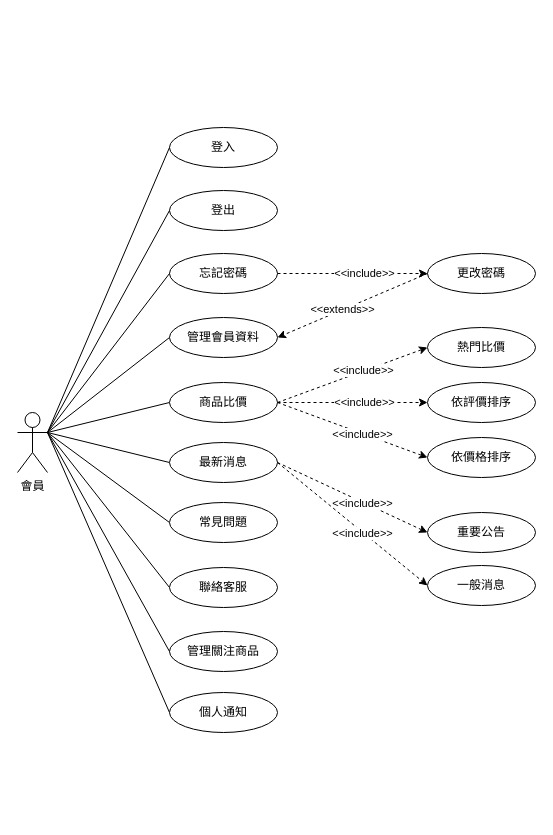
Earlier version of the draw.io diagram graphs/b2/uc member.drawio (7bagbun/grad_prj_docs). Source tidied: cells renumbered, new cells numbered last; positions are measured from the earlier drawing's top-left corner, leaving out a move shared by most shapes. Both pictures are drawn from the tidied source at 100%, with x=0, y=0 at pixel (17, 127).
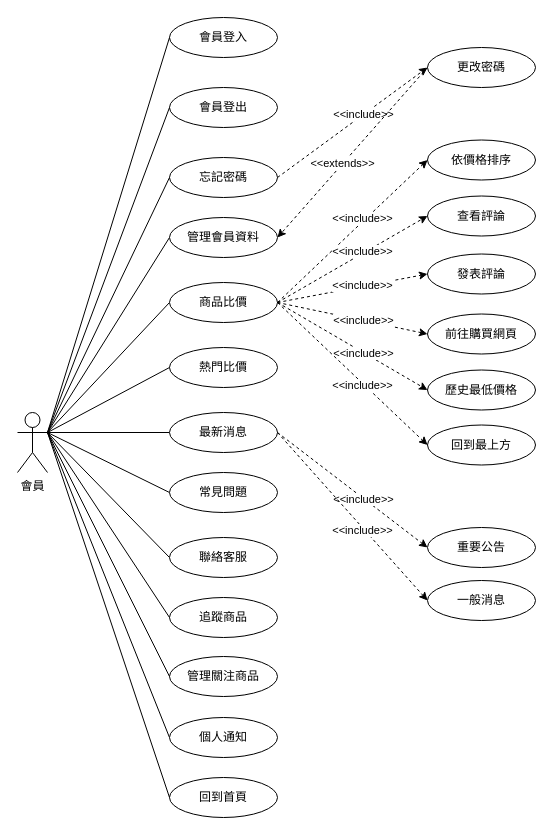
The same page after the edit.

Unchanged cells that the change refers to:
```xml
<mxCell id="3" value="會員" style="shape=umlActor;verticalLabelPosition=bottom;verticalAlign=top;html=1;outlineConnect=0;" parent="1" vertex="1">
  <mxGeometry y="285" width="30" height="60" as="geometry" />
</mxCell>
```

What changed in the source:
```diff
@@
     <mxCell id="9" value="管理會員資料" style="ellipse;whiteSpace=wrap;html=1;" parent="1" vertex="1">
-      <mxGeometry x="152" y="190" width="108" height="40" as="geometry" />
+      <mxGeometry x="152" y="90" width="108" height="40" as="geometry" />
     </mxCell>
     <mxCell id="10" value="個人通知" style="ellipse;whiteSpace=wrap;html=1;" parent="1" vertex="1">
-      <mxGeometry x="152" y="565" width="108" height="40" as="geometry" />
+      <mxGeometry x="152" y="590" width="108" height="40" as="geometry" />
     </mxCell>
@@
-    <mxCell id="13" style="rounded=0;jettySize=auto;html=1;entryX=0;entryY=0.5;entryDx=0;entryDy=0;dashed=1;exitX=1;exitY=0.5;exitDx=0;exitDy=0;" parent="1" edge="1" source="15" target="20">
-      <mxGeometry relative="1" as="geometry" />
-    </mxCell>
-    <mxCell id="14" value="&amp;lt;&amp;lt;include&amp;gt;&amp;gt;" style="edgeLabel;html=1;align=center;verticalAlign=middle;" parent="13" vertex="1">
-      <mxGeometry x="0.14" relative="1" as="geometry">
-        <mxPoint y="-1" as="offset" />
-      </mxGeometry>
-    </mxCell>
     <mxCell id="15" value="商品比價" style="ellipse;whiteSpace=wrap;html=1;" parent="1" vertex="1">
-      <mxGeometry x="152" y="255" width="108" height="40" as="geometry" />
+      <mxGeometry x="152" y="155" width="108" height="40" as="geometry" />
     </mxCell>
     <mxCell id="16" value="最新消息" style="ellipse;whiteSpace=wrap;html=1;" parent="1" vertex="1">
-      <mxGeometry x="152" y="315" width="108" height="40" as="geometry" />
+      <mxGeometry x="152" y="285" width="108" height="40" as="geometry" />
     </mxCell>
     <mxCell id="17" value="常見問題" style="ellipse;whiteSpace=wrap;html=1;" parent="1" vertex="1">
-      <mxGeometry x="152" y="375" width="108" height="40" as="geometry" />
+      <mxGeometry x="152" y="345" width="108" height="40" as="geometry" />
     </mxCell>
     <mxCell id="18" value="聯絡客服" style="ellipse;whiteSpace=wrap;html=1;" parent="1" vertex="1">
-      <mxGeometry x="152" y="440" width="108" height="40" as="geometry" />
+      <mxGeometry x="152" y="410" width="108" height="40" as="geometry" />
     </mxCell>
     <mxCell id="19" value="依價格排序" style="ellipse;whiteSpace=wrap;html=1;" parent="1" vertex="1">
-      <mxGeometry x="410" y="310" width="108" height="40" as="geometry" />
+      <mxGeometry x="410" y="12.5" width="108" height="40" as="geometry" />
     </mxCell>
-    <mxCell id="20" value="依評價排序" style="ellipse;whiteSpace=wrap;html=1;" parent="1" vertex="1">
-      <mxGeometry x="410" y="255" width="108" height="40" as="geometry" />
-    </mxCell>
     <mxCell id="21" value="熱門比價" style="ellipse;whiteSpace=wrap;html=1;" parent="1" vertex="1">
-      <mxGeometry x="410" y="200" width="108" height="40" as="geometry" />
+      <mxGeometry x="152" y="220" width="108" height="40" as="geometry" />
     </mxCell>
-    <mxCell id="22" style="rounded=0;jettySize=auto;html=1;entryX=0;entryY=0.5;entryDx=0;entryDy=0;dashed=1;exitX=1;exitY=0.5;exitDx=0;exitDy=0;" parent="1" edge="1" source="15" target="21">
-      <mxGeometry relative="1" as="geometry" />
-    </mxCell>
-    <mxCell id="23" value="&amp;lt;&amp;lt;include&amp;gt;&amp;gt;" style="edgeLabel;html=1;align=center;verticalAlign=middle;" parent="22" vertex="1">
-      <mxGeometry x="0.14" relative="1" as="geometry">
-        <mxPoint y="-1" as="offset" />
-      </mxGeometry>
-    </mxCell>
     <mxCell id="24" value="管理關注商品" style="ellipse;whiteSpace=wrap;html=1;" parent="1" vertex="1">
-      <mxGeometry x="152" y="504" width="108" height="40" as="geometry" />
+      <mxGeometry x="152" y="529" width="108" height="40" as="geometry" />
     </mxCell>
@@
-    <mxCell id="26" value="登入" style="ellipse;whiteSpace=wrap;html=1;" parent="1" vertex="1">
-      <mxGeometry x="152" width="108" height="40" as="geometry" />
+    <mxCell id="26" value="會員登入" style="ellipse;whiteSpace=wrap;html=1;" parent="1" vertex="1">
+      <mxGeometry x="152" y="-110" width="108" height="40" as="geometry" />
     </mxCell>
@@
-    <mxCell id="28" value="登出" style="ellipse;whiteSpace=wrap;html=1;" parent="1" vertex="1">
-      <mxGeometry x="152" y="63" width="108" height="40" as="geometry" />
+    <mxCell id="28" value="會員登出" style="ellipse;whiteSpace=wrap;html=1;" parent="1" vertex="1">
+      <mxGeometry x="152" y="-40" width="108" height="40" as="geometry" />
     </mxCell>
@@
     <mxCell id="32" value="重要公告" style="ellipse;whiteSpace=wrap;html=1;" parent="1" vertex="1">
-      <mxGeometry x="410" y="385" width="108" height="40" as="geometry" />
+      <mxGeometry x="410" y="400" width="108" height="40" as="geometry" />
     </mxCell>
@@
     <mxCell id="35" value="一般消息" style="ellipse;whiteSpace=wrap;html=1;" parent="1" vertex="1">
-      <mxGeometry x="410" y="438" width="108" height="40" as="geometry" />
+      <mxGeometry x="410" y="453" width="108" height="40" as="geometry" />
     </mxCell>
     <mxCell id="36" value="忘記密碼" style="ellipse;whiteSpace=wrap;html=1;" parent="1" vertex="1">
-      <mxGeometry x="152" y="126" width="108" height="40" as="geometry" />
+      <mxGeometry x="152" y="30" width="108" height="40" as="geometry" />
     </mxCell>
@@
     <mxCell id="38" value="更改密碼" style="ellipse;whiteSpace=wrap;html=1;" parent="1" vertex="1">
-      <mxGeometry x="410" y="126" width="108" height="40" as="geometry" />
+      <mxGeometry x="410" y="-80" width="108" height="40" as="geometry" />
     </mxCell>
@@
+    <mxCell id="43" style="rounded=0;jettySize=auto;html=1;exitX=1;exitY=0.3333333333333333;exitDx=0;exitDy=0;exitPerimeter=0;entryX=0;entryY=0.5;entryDx=0;entryDy=0;endArrow=none;endFill=0;" parent="1" edge="1" source="3" target="21">
+      <mxGeometry relative="1" as="geometry" />
+    </mxCell>
+    <mxCell id="44" value="查看評論" style="ellipse;whiteSpace=wrap;html=1;" parent="1" vertex="1">
+      <mxGeometry x="410" y="68.5" width="108" height="40" as="geometry" />
+    </mxCell>
+    <mxCell id="45" style="rounded=0;jettySize=auto;html=1;entryX=0;entryY=0.5;entryDx=0;entryDy=0;dashed=1;exitX=1;exitY=0.5;exitDx=0;exitDy=0;" parent="1" edge="1" source="15" target="44">
+      <mxGeometry relative="1" as="geometry" />
+    </mxCell>
+    <mxCell id="46" value="&amp;lt;&amp;lt;include&amp;gt;&amp;gt;" style="edgeLabel;html=1;align=center;verticalAlign=middle;rotation=0;" parent="45" vertex="1">
+      <mxGeometry x="0.17" relative="1" as="geometry">
+        <mxPoint x="-3" y="-1" as="offset" />
+      </mxGeometry>
+    </mxCell>
+    <mxCell id="47" value="追蹤商品" style="ellipse;whiteSpace=wrap;html=1;" parent="1" vertex="1">
+      <mxGeometry x="152" y="470" width="108" height="40" as="geometry" />
+    </mxCell>
+    <mxCell id="48" value="前往購買網頁" style="ellipse;whiteSpace=wrap;html=1;" parent="1" vertex="1">
+      <mxGeometry x="410" y="186.5" width="108" height="40" as="geometry" />
+    </mxCell>
+    <mxCell id="49" style="rounded=0;jettySize=auto;html=1;entryX=0;entryY=0.5;entryDx=0;entryDy=0;dashed=1;exitX=1;exitY=0.5;exitDx=0;exitDy=0;" parent="1" edge="1" source="15" target="48">
+      <mxGeometry relative="1" as="geometry" />
+    </mxCell>
+    <mxCell id="50" value="&amp;lt;&amp;lt;include&amp;gt;&amp;gt;" style="edgeLabel;html=1;align=center;verticalAlign=middle;rotation=0;" parent="49" vertex="1">
+      <mxGeometry x="0.17" relative="1" as="geometry">
+        <mxPoint x="-3" y="-1" as="offset" />
+      </mxGeometry>
+    </mxCell>
+    <mxCell id="51" style="rounded=0;jettySize=auto;html=1;entryX=0;entryY=0.5;entryDx=0;entryDy=0;endArrow=none;endFill=0;exitX=1;exitY=0.3333333333333333;exitDx=0;exitDy=0;exitPerimeter=0;" parent="1" edge="1" source="3" target="47">
+      <mxGeometry relative="1" as="geometry" />
+    </mxCell>
+    <mxCell id="52" value="發表評論" style="ellipse;whiteSpace=wrap;html=1;" parent="1" vertex="1">
+      <mxGeometry x="410" y="126.5" width="108" height="40" as="geometry" />
+    </mxCell>
+    <mxCell id="53" value="歷史最低價格" style="ellipse;whiteSpace=wrap;html=1;" parent="1" vertex="1">
+      <mxGeometry x="410" y="242.5" width="108" height="40" as="geometry" />
+    </mxCell>
+    <mxCell id="54" style="rounded=0;jettySize=auto;html=1;entryX=0;entryY=0.5;entryDx=0;entryDy=0;dashed=1;exitX=1;exitY=0.5;exitDx=0;exitDy=0;" parent="1" edge="1" source="15" target="53">
+      <mxGeometry relative="1" as="geometry" />
+    </mxCell>
+    <mxCell id="55" value="&amp;lt;&amp;lt;include&amp;gt;&amp;gt;" style="edgeLabel;html=1;align=center;verticalAlign=middle;rotation=0;" parent="54" vertex="1">
+      <mxGeometry x="0.17" relative="1" as="geometry">
+        <mxPoint x="-3" y="-1" as="offset" />
+      </mxGeometry>
+    </mxCell>
+    <mxCell id="56" value="回到首頁" style="ellipse;whiteSpace=wrap;html=1;" parent="1" vertex="1">
+      <mxGeometry x="152" y="650" width="108" height="40" as="geometry" />
+    </mxCell>
+    <mxCell id="57" style="rounded=0;jettySize=auto;html=1;exitX=1;exitY=0.3333333333333333;exitDx=0;exitDy=0;exitPerimeter=0;entryX=0;entryY=0.5;entryDx=0;entryDy=0;endArrow=none;endFill=0;" parent="1" edge="1" source="3" target="56">
+      <mxGeometry relative="1" as="geometry" />
+    </mxCell>
+    <mxCell id="58" value="回到最上方" style="ellipse;whiteSpace=wrap;html=1;" parent="1" vertex="1">
+      <mxGeometry x="410" y="297.5" width="108" height="40" as="geometry" />
+    </mxCell>
+    <mxCell id="59" style="rounded=0;jettySize=auto;html=1;entryX=0;entryY=0.5;entryDx=0;entryDy=0;dashed=1;exitX=1;exitY=0.5;exitDx=0;exitDy=0;" parent="1" edge="1" source="15" target="58">
+      <mxGeometry relative="1" as="geometry" />
+    </mxCell>
+    <mxCell id="60" value="&amp;lt;&amp;lt;include&amp;gt;&amp;gt;" style="edgeLabel;html=1;align=center;verticalAlign=middle;rotation=0;" parent="59" vertex="1">
+      <mxGeometry x="0.17" relative="1" as="geometry">
+        <mxPoint x="-3" y="-1" as="offset" />
+      </mxGeometry>
+    </mxCell>
+    <mxCell id="61" style="rounded=0;jettySize=auto;html=1;entryX=0;entryY=0.5;entryDx=0;entryDy=0;dashed=1;exitX=1;exitY=0.5;exitDx=0;exitDy=0;" parent="1" edge="1" source="15" target="52">
+      <mxGeometry relative="1" as="geometry" />
+    </mxCell>
+    <mxCell id="62" value="&amp;lt;&amp;lt;include&amp;gt;&amp;gt;" style="edgeLabel;html=1;align=center;verticalAlign=middle;rotation=0;" parent="61" vertex="1">
+      <mxGeometry x="0.17" relative="1" as="geometry">
+        <mxPoint x="-3" y="-1" as="offset" />
+      </mxGeometry>
+    </mxCell>
```
